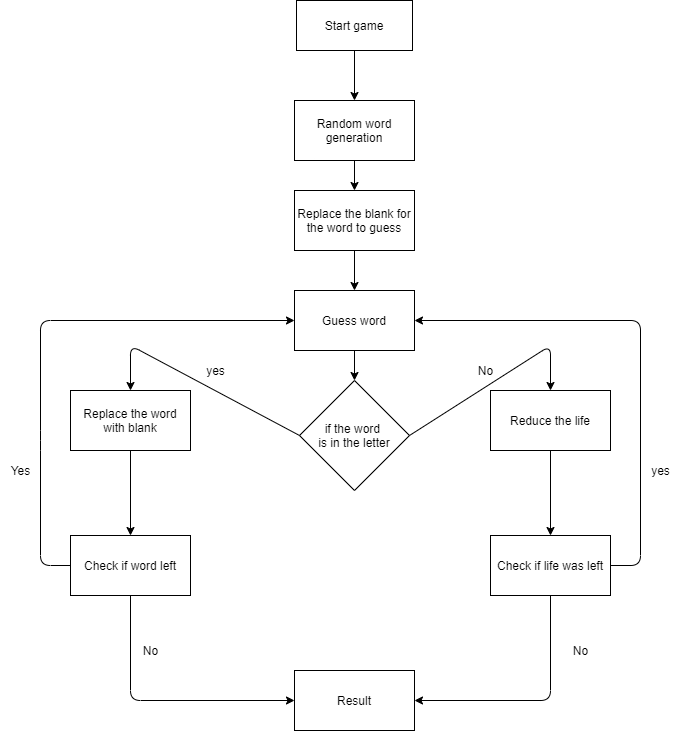
kabilasudhannc/kabilasudhannc keeps this draw.io diagram as hangman.png. Above is the earlier version. Source tidied: cells renumbered, new cells last; positions are measured from the earlier drawing's top-left corner, leaving out a move shared by most shapes.
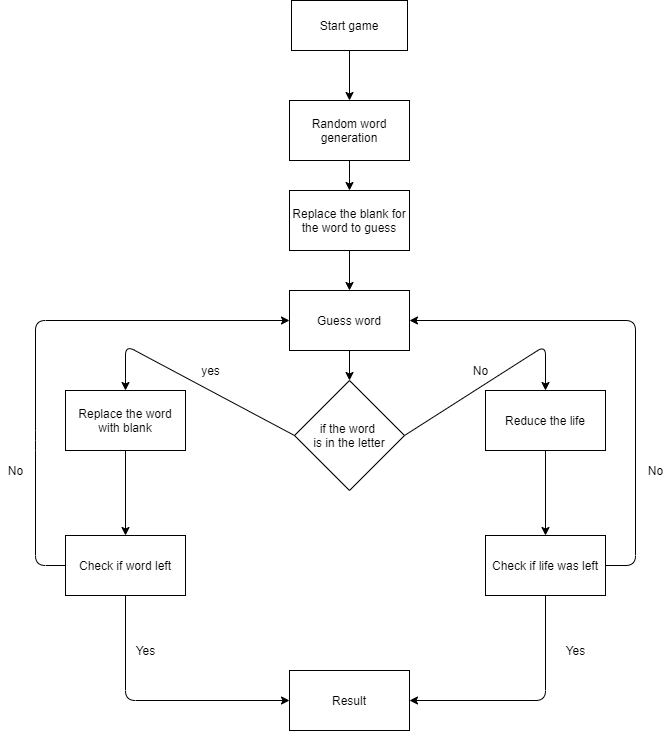
The same file after the commit.

Change to the diagram source:
```diff
@@ -69,7 +69,7 @@
         </Array>
       </mxGeometry>
     </mxCell>
-    <mxCell id="20" value="yes" style="text;html=1;align=center;verticalAlign=middle;strokeColor=none;" parent="1" vertex="1">
+    <mxCell id="20" value="No" style="text;html=1;align=center;verticalAlign=middle;strokeColor=none;" parent="1" vertex="1">
       <mxGeometry x="645" y="460" width="30" height="20" as="geometry" />
     </mxCell>
     <mxCell id="21" value="Result" style="rounded=0;whiteSpace=wrap;html=1;" parent="1" vertex="1">
@@ -82,14 +82,14 @@
         </Array>
       </mxGeometry>
     </mxCell>
-    <mxCell id="23" value="No" style="text;html=1;align=center;verticalAlign=middle;strokeColor=none;" parent="1" vertex="1">
-      <mxGeometry x="565" y="640" width="30" height="20" as="geometry" />
+    <mxCell id="23" value="Yes" style="text;html=1;align=center;verticalAlign=middle;strokeColor=none;" parent="1" vertex="1">
+      <mxGeometry x="560" y="640" width="40" height="20" as="geometry" />
     </mxCell>
     <mxCell id="24" value="Check if word left" style="rounded=0;whiteSpace=wrap;html=1;" parent="1" vertex="1">
       <mxGeometry x="70" y="535" width="120" height="60" as="geometry" />
     </mxCell>
-    <mxCell id="25" value="No" style="text;html=1;align=center;verticalAlign=middle;strokeColor=none;" parent="1" vertex="1">
-      <mxGeometry x="135" y="640" width="30" height="20" as="geometry" />
+    <mxCell id="25" value="Yes" style="text;html=1;align=center;verticalAlign=middle;strokeColor=none;" parent="1" vertex="1">
+      <mxGeometry x="130" y="640" width="40" height="20" as="geometry" />
     </mxCell>
     <mxCell id="26" style="endArrow=classic;html=1;exitX=0;exitY=0.5;exitDx=0;exitDy=0;entryX=0;entryY=0.5;entryDx=0;entryDy=0;" parent="1" edge="1" source="24" target="17">
       <mxGeometry relative="1" as="geometry">
@@ -100,8 +100,8 @@
         </Array>
       </mxGeometry>
     </mxCell>
-    <mxCell id="27" value="Yes" style="text;html=1;align=center;verticalAlign=middle;strokeColor=none;" parent="1" vertex="1">
-      <mxGeometry y="460" width="40" height="20" as="geometry" />
+    <mxCell id="27" value="No" style="text;html=1;align=center;verticalAlign=middle;strokeColor=none;" parent="1" vertex="1">
+      <mxGeometry x="5" y="460" width="30" height="20" as="geometry" />
     </mxCell>
     <mxCell id="28" style="endArrow=classic;html=1;exitX=0.5;exitY=1;exitDx=0;exitDy=0;entryX=0.5;entryY=0;entryDx=0;entryDy=0;" parent="1" edge="1" source="9" target="24">
       <mxGeometry relative="1" as="geometry" />
```
